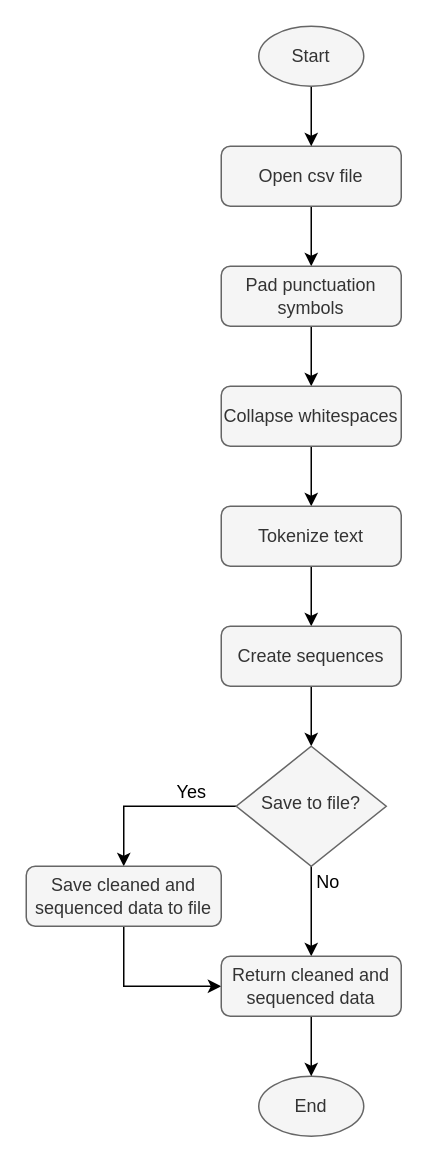
The draw.io diagram Report/pictures/flowchart_loader.drawio in Teawolf-beep/TwitterBot, before the edit. Source tidied: cells renumbered, new cells numbered last; positions are measured from the earlier drawing's top-left corner, leaving out a move shared by most shapes. Both pictures are drawn from the tidied source at 150%, with x=0, y=0 at pixel (26, 26).
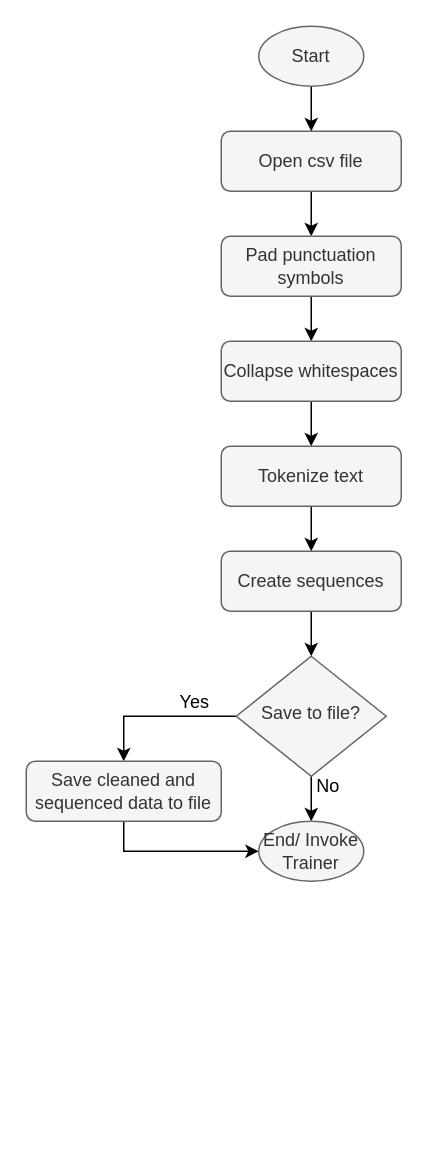
After the change.

What changed in the source:
```diff
@@
     <mxCell id="3" value="Open csv file" style="rounded=1;whiteSpace=wrap;html=1;fontSize=12;glass=0;strokeWidth=1;shadow=0;fillColor=#f5f5f5;strokeColor=#666666;fontColor=#333333;" parent="1" vertex="1">
-      <mxGeometry x="130" y="80" width="120" height="40" as="geometry" />
+      <mxGeometry x="130" y="70" width="120" height="40" as="geometry" />
     </mxCell>
@@
     <mxCell id="5" value="Pad punctuation symbols" style="rounded=1;whiteSpace=wrap;html=1;fontSize=12;glass=0;strokeWidth=1;shadow=0;fillColor=#f5f5f5;strokeColor=#666666;fontColor=#333333;" parent="1" vertex="1">
-      <mxGeometry x="130" y="160" width="120" height="40" as="geometry" />
+      <mxGeometry x="130" y="140" width="120" height="40" as="geometry" />
     </mxCell>
@@
     <mxCell id="7" value="Collapse whitespaces" style="rounded=1;whiteSpace=wrap;html=1;fontSize=12;glass=0;strokeWidth=1;shadow=0;fillColor=#f5f5f5;strokeColor=#666666;fontColor=#333333;" parent="1" vertex="1">
-      <mxGeometry x="130" y="240" width="120" height="40" as="geometry" />
+      <mxGeometry x="130" y="210" width="120" height="40" as="geometry" />
     </mxCell>
@@
     <mxCell id="9" value="Tokenize text" style="rounded=1;whiteSpace=wrap;html=1;fontSize=12;glass=0;strokeWidth=1;shadow=0;fillColor=#f5f5f5;strokeColor=#666666;fontColor=#333333;" parent="1" vertex="1">
-      <mxGeometry x="130" y="320" width="120" height="40" as="geometry" />
+      <mxGeometry x="130" y="280" width="120" height="40" as="geometry" />
     </mxCell>
@@
     <mxCell id="11" value="Create sequences" style="rounded=1;whiteSpace=wrap;html=1;fontSize=12;glass=0;strokeWidth=1;shadow=0;fillColor=#f5f5f5;strokeColor=#666666;fontColor=#333333;" parent="1" vertex="1">
-      <mxGeometry x="130" y="400" width="120" height="40" as="geometry" />
+      <mxGeometry x="130" y="350" width="120" height="40" as="geometry" />
     </mxCell>
@@
-    <mxCell id="14" style="edgeStyle=orthogonalEdgeStyle;rounded=0;jettySize=auto;html=1;entryX=0.5;entryY=0;entryDx=0;entryDy=0;" parent="1" edge="1" source="16" target="23">
+    <mxCell id="14" style="edgeStyle=orthogonalEdgeStyle;rounded=0;jettySize=auto;html=1;entryX=0.5;entryY=0;entryDx=0;entryDy=0;" parent="1" edge="1" source="16" target="21">
       <mxGeometry relative="1" as="geometry" />
     </mxCell>
@@
     <mxCell id="16" value="Save to file?" style="rhombus;whiteSpace=wrap;html=1;shadow=0;fontFamily=Helvetica;fontSize=12;align=center;strokeWidth=1;spacing=6;spacingTop=-4;fillColor=#f5f5f5;strokeColor=#666666;fontColor=#333333;" parent="1" vertex="1">
-      <mxGeometry x="140" y="480" width="100" height="80" as="geometry" />
+      <mxGeometry x="140" y="420" width="100" height="80" as="geometry" />
     </mxCell>
-    <mxCell id="17" style="edgeStyle=orthogonalEdgeStyle;rounded=0;jettySize=auto;html=1;exitX=0.5;exitY=1;exitDx=0;exitDy=0;entryX=0;entryY=0.5;entryDx=0;entryDy=0;" parent="1" edge="1" source="18" target="23">
+    <mxCell id="17" style="edgeStyle=orthogonalEdgeStyle;rounded=0;jettySize=auto;html=1;exitX=0.5;exitY=1;exitDx=0;exitDy=0;entryX=0;entryY=0.5;entryDx=0;entryDy=0;" parent="1" edge="1" source="18" target="21">
       <mxGeometry relative="1" as="geometry">
         <Array as="points">
-          <mxPoint x="65" y="640" />
+          <mxPoint x="65" y="550" />
         </Array>
       </mxGeometry>
     </mxCell>
     <mxCell id="18" value="Save cleaned and sequenced data to file" style="rounded=1;whiteSpace=wrap;html=1;fontSize=12;glass=0;strokeWidth=1;shadow=0;fillColor=#f5f5f5;strokeColor=#666666;fontColor=#333333;" parent="1" vertex="1">
-      <mxGeometry y="560" width="130" height="40" as="geometry" />
+      <mxGeometry y="490" width="130" height="40" as="geometry" />
     </mxCell>
@@
-    <mxCell id="21" value="End" style="ellipse;whiteSpace=wrap;html=1;fillColor=#f5f5f5;strokeColor=#666666;fontColor=#333333;" parent="1" vertex="1">
-      <mxGeometry x="155" y="700" width="70" height="40" as="geometry" />
+    <mxCell id="21" value="End/ Invoke&lt;br&gt;Trainer" style="ellipse;whiteSpace=wrap;html=1;fillColor=#f5f5f5;strokeColor=#666666;fontColor=#333333;" parent="1" vertex="1">
+      <mxGeometry x="155" y="530" width="70" height="40" as="geometry" />
     </mxCell>
-    <mxCell id="22" style="edgeStyle=orthogonalEdgeStyle;rounded=0;jettySize=auto;html=1;entryX=0.5;entryY=0;entryDx=0;entryDy=0;" parent="1" edge="1" source="23" target="21">
-      <mxGeometry relative="1" as="geometry" />
-    </mxCell>
-    <mxCell id="23" value="Return cleaned and sequenced data" style="rounded=1;whiteSpace=wrap;html=1;fontSize=12;glass=0;strokeWidth=1;shadow=0;fillColor=#f5f5f5;strokeColor=#666666;fontColor=#333333;" parent="1" vertex="1">
-      <mxGeometry x="130" y="620" width="120" height="40" as="geometry" />
-    </mxCell>
```
